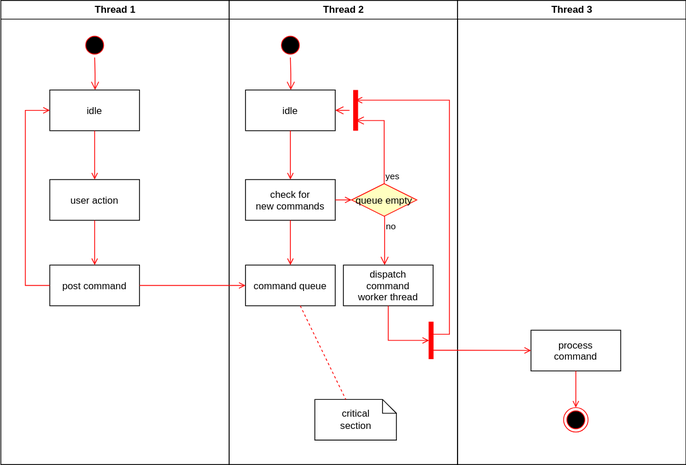
Before: update接口流程图.drawio.svg, a diagram exported from draw.io (gaochenxi/drawio). Source tidied: cells renumbered, new cells last; positions are measured from the earlier drawing's top-left corner, leaving out a move shared by most shapes. Source of this version:
```xml
<mxGraphModel>
  <root>
    <mxCell id="0" />
    <mxCell id="1" parent="0" />
    <mxCell id="2" value="Thread 1" style="swimlane;whiteSpace=wrap;" parent="1" vertex="1">
      <mxGeometry x="0.5" width="280" height="570" as="geometry" />
    </mxCell>
    <mxCell id="3" style="ellipse;shape=startState;fillColor=#000000;strokeColor=#ff0000;" parent="2" vertex="1">
      <mxGeometry x="100" y="40" width="30" height="30" as="geometry" />
    </mxCell>
    <mxCell id="4" style="edgeStyle=elbowEdgeStyle;elbow=horizontal;verticalAlign=bottom;endArrow=open;endSize=8;strokeColor=#FF0000;endFill=1;rounded=0;" parent="2" edge="1" source="3" target="5">
      <mxGeometry x="100" y="40" as="geometry" />
    </mxCell>
    <mxCell id="5" value="idle" parent="2" vertex="1">
      <mxGeometry x="60" y="110" width="110" height="50" as="geometry" />
    </mxCell>
    <mxCell id="6" value="user action" parent="2" vertex="1">
      <mxGeometry x="60" y="220" width="110" height="50" as="geometry" />
    </mxCell>
    <mxCell id="7" style="endArrow=open;strokeColor=#FF0000;endFill=1;rounded=0;" parent="2" edge="1" source="5" target="6">
      <mxGeometry relative="1" as="geometry" />
    </mxCell>
    <mxCell id="8" value="post command" parent="2" vertex="1">
      <mxGeometry x="60" y="325" width="110" height="50" as="geometry" />
    </mxCell>
    <mxCell id="9" style="endArrow=open;strokeColor=#FF0000;endFill=1;rounded=0;" parent="2" edge="1" source="6" target="8">
      <mxGeometry relative="1" as="geometry" />
    </mxCell>
    <mxCell id="10" style="edgeStyle=elbowEdgeStyle;elbow=horizontal;strokeColor=#FF0000;endArrow=open;endFill=1;rounded=0;" parent="2" edge="1" source="8" target="5">
      <mxGeometry relative="1" as="geometry">
        <Array as="points">
          <mxPoint x="30" y="250" />
        </Array>
      </mxGeometry>
    </mxCell>
    <mxCell id="11" value="Thread 2" style="swimlane;whiteSpace=wrap;" parent="1" vertex="1">
      <mxGeometry x="280.5" width="280" height="570" as="geometry" />
    </mxCell>
    <mxCell id="12" style="ellipse;shape=startState;fillColor=#000000;strokeColor=#ff0000;" parent="11" vertex="1">
      <mxGeometry x="60" y="40" width="30" height="30" as="geometry" />
    </mxCell>
    <mxCell id="13" style="edgeStyle=elbowEdgeStyle;elbow=horizontal;verticalAlign=bottom;endArrow=open;endSize=8;strokeColor=#FF0000;endFill=1;rounded=0;" parent="11" edge="1" source="12" target="14">
      <mxGeometry x="40" y="20" as="geometry" />
    </mxCell>
    <mxCell id="14" value="idle" parent="11" vertex="1">
      <mxGeometry x="20" y="110" width="110" height="50" as="geometry" />
    </mxCell>
    <mxCell id="15" value="check for &#10;new commands" parent="11" vertex="1">
      <mxGeometry x="20" y="220" width="110" height="50" as="geometry" />
    </mxCell>
    <mxCell id="16" style="endArrow=open;strokeColor=#FF0000;endFill=1;rounded=0;" parent="11" edge="1" source="14" target="15">
      <mxGeometry relative="1" as="geometry" />
    </mxCell>
    <mxCell id="17" value="command queue" parent="11" vertex="1">
      <mxGeometry x="20" y="325" width="110" height="50" as="geometry" />
    </mxCell>
    <mxCell id="18" style="endArrow=open;strokeColor=#FF0000;endFill=1;rounded=0;" parent="11" edge="1" source="15" target="17">
      <mxGeometry relative="1" as="geometry" />
    </mxCell>
    <mxCell id="19" value="queue empty" style="rhombus;fillColor=#ffffc0;strokeColor=#ff0000;" parent="11" vertex="1">
      <mxGeometry x="150" y="225" width="80" height="40" as="geometry" />
    </mxCell>
    <mxCell id="20" value="yes" style="edgeStyle=elbowEdgeStyle;elbow=horizontal;align=left;verticalAlign=bottom;endArrow=open;endSize=8;strokeColor=#FF0000;exitX=0.5;exitY=0;endFill=1;rounded=0;entryX=0.75;entryY=0.5;entryPerimeter=0;" parent="11" edge="1" source="19" target="23">
      <mxGeometry x="-1" relative="1" as="geometry">
        <Array as="points">
          <mxPoint x="190" y="180" />
        </Array>
      </mxGeometry>
    </mxCell>
    <mxCell id="21" value="no" style="edgeStyle=elbowEdgeStyle;elbow=horizontal;align=left;verticalAlign=top;endArrow=open;endSize=8;strokeColor=#FF0000;endFill=1;rounded=0;" parent="11" edge="1" source="19" target="25">
      <mxGeometry x="-1" relative="1" as="geometry" />
    </mxCell>
    <mxCell id="22" style="endArrow=open;strokeColor=#FF0000;endFill=1;rounded=0;" parent="11" edge="1" source="15" target="19">
      <mxGeometry relative="1" as="geometry" />
    </mxCell>
    <mxCell id="23" style="shape=line;strokeWidth=6;strokeColor=#ff0000;rotation=90;" parent="11" vertex="1">
      <mxGeometry x="130" y="127.5" width="50" height="15" as="geometry" />
    </mxCell>
    <mxCell id="24" style="edgeStyle=elbowEdgeStyle;elbow=horizontal;verticalAlign=bottom;endArrow=open;endSize=8;strokeColor=#FF0000;endFill=1;rounded=0;" parent="11" edge="1" source="23" target="14">
      <mxGeometry x="130" y="90" as="geometry" />
    </mxCell>
    <mxCell id="25" value="dispatch&#10;command&#10;worker thread" parent="11" vertex="1">
      <mxGeometry x="140" y="325" width="110" height="50" as="geometry" />
    </mxCell>
    <mxCell id="26" value="critical&#10;section" style="shape=note;whiteSpace=wrap;size=17;" parent="11" vertex="1">
      <mxGeometry x="105" y="490" width="100" height="50" as="geometry" />
    </mxCell>
    <mxCell id="27" style="endArrow=none;strokeColor=#FF0000;endFill=0;rounded=0;dashed=1;" parent="11" edge="1" source="17" target="26">
      <mxGeometry relative="1" as="geometry" />
    </mxCell>
    <mxCell id="28" style="whiteSpace=wrap;strokeColor=#FF0000;fillColor=#FF0000;" parent="11" vertex="1">
      <mxGeometry x="245" y="395" width="5" height="45" as="geometry" />
    </mxCell>
    <mxCell id="29" style="edgeStyle=elbowEdgeStyle;elbow=horizontal;entryX=0;entryY=0.5;strokeColor=#FF0000;endArrow=open;endFill=1;rounded=0;" parent="11" edge="1" source="25" target="28">
      <mxGeometry relative="1" as="geometry">
        <Array as="points">
          <mxPoint x="195" y="400" />
        </Array>
      </mxGeometry>
    </mxCell>
    <mxCell id="30" value="Thread 3" style="swimlane;whiteSpace=wrap;" parent="1" vertex="1">
      <mxGeometry x="560.5" width="280" height="570" as="geometry" />
    </mxCell>
    <mxCell id="31" value="process&#10;command" parent="30" vertex="1">
      <mxGeometry x="90" y="405" width="110" height="50" as="geometry" />
    </mxCell>
    <mxCell id="32" style="edgeStyle=elbowEdgeStyle;elbow=horizontal;strokeColor=#FF0000;endArrow=open;endFill=1;rounded=0;entryX=0.25;entryY=0.5;entryPerimeter=0;" parent="30" edge="1" target="23">
      <mxGeometry relative="1" as="geometry">
        <mxPoint x="-30" y="410" as="sourcePoint" />
        <Array as="points">
          <mxPoint x="-10" y="135" />
        </Array>
      </mxGeometry>
    </mxCell>
    <mxCell id="33" style="edgeStyle=none;strokeColor=#FF0000;endArrow=open;endFill=1;rounded=0;" parent="30" edge="1" target="31">
      <mxGeometry relative="1" as="geometry">
        <mxPoint x="-30" y="429.5" as="sourcePoint" />
      </mxGeometry>
    </mxCell>
    <mxCell id="34" style="ellipse;shape=endState;fillColor=#000000;strokeColor=#ff0000;" parent="30" vertex="1">
      <mxGeometry x="130" y="500" width="30" height="30" as="geometry" />
    </mxCell>
    <mxCell id="35" style="endArrow=open;strokeColor=#FF0000;endFill=1;rounded=0;" parent="30" edge="1" source="31" target="34">
      <mxGeometry relative="1" as="geometry" />
    </mxCell>
    <mxCell id="36" style="endArrow=open;strokeColor=#FF0000;endFill=1;rounded=0;" parent="1" edge="1" source="8" target="17">
      <mxGeometry relative="1" as="geometry" />
    </mxCell>
  </root>
</mxGraphModel>
```
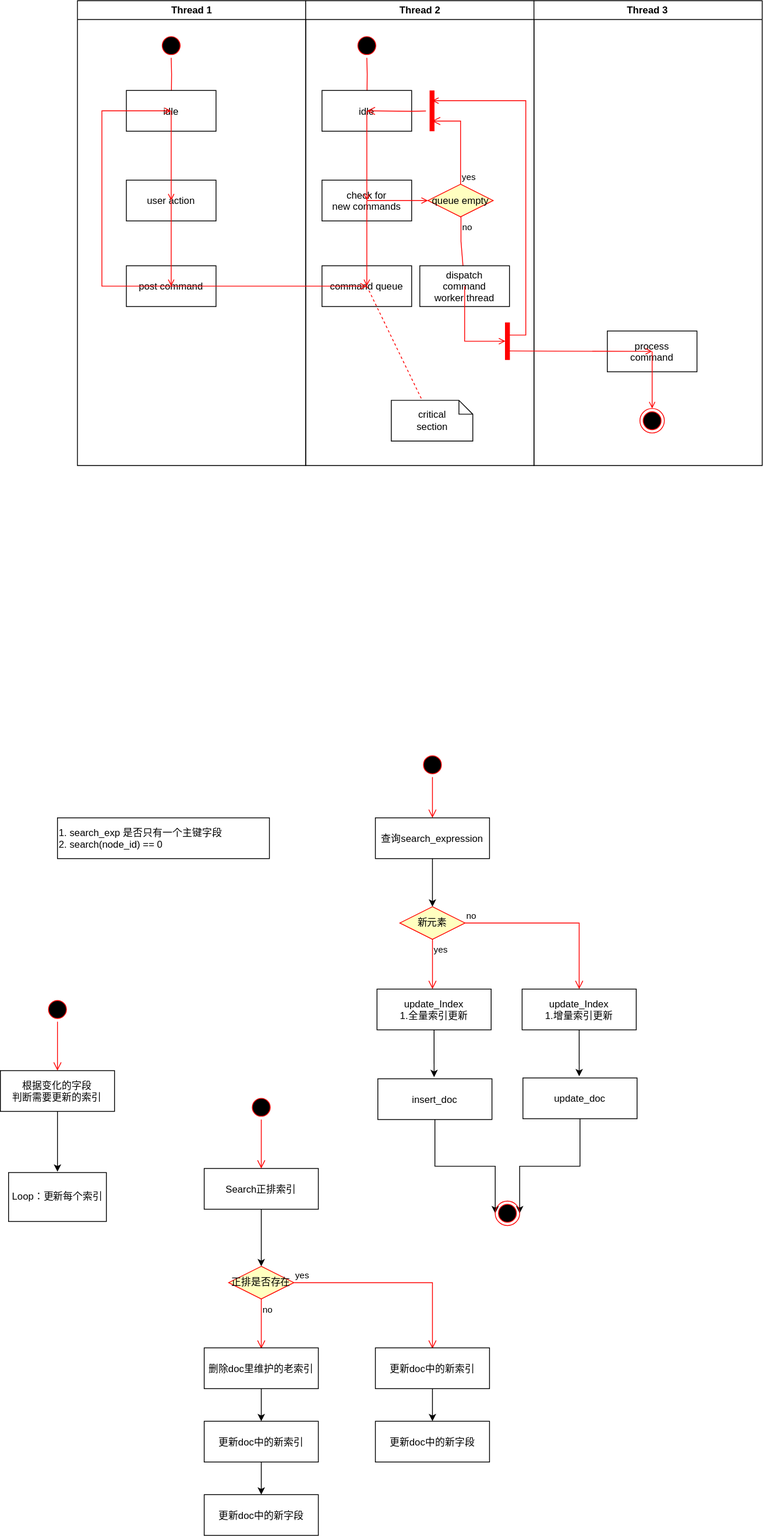
Above is the later version.

Commit message:
更新update接口流程图.drawio.svg

Change to the diagram source:
```diff
@@ -126,5 +126,126 @@
     <mxCell id="36" style="endArrow=open;strokeColor=#FF0000;endFill=1;rounded=0;" parent="1" edge="1" source="8" target="17">
       <mxGeometry relative="1" as="geometry" />
     </mxCell>
+    <mxCell id="37" style="ellipse;html=1;shape=startState;fillColor=#000000;strokeColor=#ff0000;" parent="1" vertex="1">
+      <mxGeometry x="421" y="922" width="30" height="30" as="geometry" />
+    </mxCell>
+    <mxCell id="38" style="edgeStyle=orthogonalEdgeStyle;html=1;verticalAlign=bottom;endArrow=open;endSize=8;strokeColor=#ff0000;rounded=0;entryX=0.5;entryY=0;entryDx=0;entryDy=0;entryPerimeter=0;" parent="1" edge="1" source="37" target="40">
+      <mxGeometry relative="1" as="geometry" />
+    </mxCell>
+    <mxCell id="39" style="edgeStyle=orthogonalEdgeStyle;rounded=0;jettySize=auto;html=1;" parent="1" edge="1" source="40" target="41">
+      <mxGeometry relative="1" as="geometry" />
+    </mxCell>
+    <mxCell id="40" value="查询search_expression" parent="1" vertex="1">
+      <mxGeometry x="366" y="1002" width="140" height="50" as="geometry" />
+    </mxCell>
+    <mxCell id="41" value="新元素" style="rhombus;whiteSpace=wrap;html=1;fontColor=#000000;fillColor=#ffffc0;strokeColor=#ff0000;" parent="1" vertex="1">
+      <mxGeometry x="396" y="1111" width="80" height="40" as="geometry" />
+    </mxCell>
+    <mxCell id="42" value="no" style="edgeStyle=orthogonalEdgeStyle;html=1;align=left;verticalAlign=bottom;endArrow=open;endSize=8;strokeColor=#ff0000;rounded=0;entryX=0.5;entryY=0;entryDx=0;entryDy=0;entryPerimeter=0;" parent="1" edge="1" source="41" target="45">
+      <mxGeometry x="-1" relative="1" as="geometry" />
+    </mxCell>
+    <mxCell id="43" value="yes" style="edgeStyle=orthogonalEdgeStyle;html=1;align=left;verticalAlign=top;endArrow=open;endSize=8;strokeColor=#ff0000;rounded=0;entryX=0.486;entryY=0;entryDx=0;entryDy=0;entryPerimeter=0;" parent="1" edge="1" source="41" target="47">
+      <mxGeometry x="-1" relative="1" as="geometry" />
+    </mxCell>
+    <mxCell id="44" style="edgeStyle=orthogonalEdgeStyle;rounded=0;jettySize=auto;html=1;entryX=0.493;entryY=-0.04;entryDx=0;entryDy=0;entryPerimeter=0;" parent="1" edge="1" source="45" target="51">
+      <mxGeometry relative="1" as="geometry" />
+    </mxCell>
+    <mxCell id="45" value="update_Index&#10;1.增量索引更新" parent="1" vertex="1">
+      <mxGeometry x="546" y="1212" width="140" height="50" as="geometry" />
+    </mxCell>
+    <mxCell id="46" style="edgeStyle=orthogonalEdgeStyle;rounded=0;jettySize=auto;html=1;entryX=0.493;entryY=-0.04;entryDx=0;entryDy=0;entryPerimeter=0;" parent="1" edge="1" source="47" target="49">
+      <mxGeometry relative="1" as="geometry" />
+    </mxCell>
+    <mxCell id="47" value="update_Index&#10;1.全量索引更新" style="align=center;" parent="1" vertex="1">
+      <mxGeometry x="368" y="1212" width="140" height="50" as="geometry" />
+    </mxCell>
+    <mxCell id="48" style="edgeStyle=elbowEdgeStyle;rounded=0;jettySize=auto;html=1;entryX=0;entryY=0.5;entryDx=0;entryDy=0;elbow=vertical;" parent="1" edge="1" source="49" target="52">
+      <mxGeometry relative="1" as="geometry" />
+    </mxCell>
+    <mxCell id="49" value="insert_doc" style="align=center;" parent="1" vertex="1">
+      <mxGeometry x="369" y="1322" width="140" height="50" as="geometry" />
+    </mxCell>
+    <mxCell id="50" style="edgeStyle=elbowEdgeStyle;rounded=0;jettySize=auto;html=1;entryX=1;entryY=0.5;entryDx=0;entryDy=0;elbow=vertical;" parent="1" edge="1" source="51" target="52">
+      <mxGeometry relative="1" as="geometry" />
+    </mxCell>
+    <mxCell id="51" value="update_doc" style="align=center;" parent="1" vertex="1">
+      <mxGeometry x="547" y="1321" width="140" height="50" as="geometry" />
+    </mxCell>
+    <mxCell id="52" style="ellipse;html=1;shape=endState;fillColor=#000000;strokeColor=#ff0000;" parent="1" vertex="1">
+      <mxGeometry x="513" y="1472" width="30" height="30" as="geometry" />
+    </mxCell>
+    <mxCell id="53" style="edgeStyle=orthogonalEdgeStyle;rounded=0;jettySize=auto;html=1;entryX=0.5;entryY=-0.017;entryDx=0;entryDy=0;entryPerimeter=0;" parent="1" edge="1" source="54" target="57">
+      <mxGeometry relative="1" as="geometry" />
+    </mxCell>
+    <mxCell id="54" value="根据变化的字段&#10;判断需要更新的索引" style="align=center;" parent="1" vertex="1">
+      <mxGeometry x="-94" y="1312" width="140" height="50" as="geometry" />
+    </mxCell>
+    <mxCell id="55" style="ellipse;html=1;shape=startState;fillColor=#000000;strokeColor=#ff0000;" parent="1" vertex="1">
+      <mxGeometry x="-39" y="1222" width="30" height="30" as="geometry" />
+    </mxCell>
+    <mxCell id="56" style="edgeStyle=orthogonalEdgeStyle;html=1;verticalAlign=bottom;endArrow=open;endSize=8;strokeColor=#ff0000;rounded=0;" parent="1" edge="1" source="55">
+      <mxGeometry relative="1" as="geometry">
+        <mxPoint x="-24" y="1312" as="targetPoint" />
+      </mxGeometry>
+    </mxCell>
+    <mxCell id="57" value="Loop：更新每个索引" style="whiteSpace=wrap;html=1;fillColor=rgb(255, 255, 255);strokeColor=rgb(0, 0, 0);fontColor=rgb(0, 0, 0);" parent="1" vertex="1">
+      <mxGeometry x="-84" y="1437" width="120" height="60" as="geometry" />
+    </mxCell>
+    <mxCell id="58" style="edgeStyle=orthogonalEdgeStyle;rounded=0;jettySize=auto;html=1;entryX=0.5;entryY=0;entryDx=0;entryDy=0;" parent="1" edge="1" source="59" target="62">
+      <mxGeometry relative="1" as="geometry" />
+    </mxCell>
+    <mxCell id="59" value="Search正排索引" style="align=center;" parent="1" vertex="1">
+      <mxGeometry x="156" y="1432" width="140" height="50" as="geometry" />
+    </mxCell>
+    <mxCell id="60" style="ellipse;html=1;shape=startState;fillColor=#000000;strokeColor=#ff0000;" parent="1" vertex="1">
+      <mxGeometry x="211" y="1342" width="30" height="30" as="geometry" />
+    </mxCell>
+    <mxCell id="61" style="edgeStyle=orthogonalEdgeStyle;html=1;verticalAlign=bottom;endArrow=open;endSize=8;strokeColor=#ff0000;rounded=0;" parent="1" edge="1" source="60">
+      <mxGeometry relative="1" as="geometry">
+        <mxPoint x="226" y="1432" as="targetPoint" />
+      </mxGeometry>
+    </mxCell>
+    <mxCell id="62" value="正排是否存在" style="rhombus;whiteSpace=wrap;html=1;fontColor=#000000;fillColor=#ffffc0;strokeColor=#ff0000;" parent="1" vertex="1">
+      <mxGeometry x="186" y="1552" width="80" height="40" as="geometry" />
+    </mxCell>
+    <mxCell id="63" value="yes" style="edgeStyle=orthogonalEdgeStyle;html=1;align=left;verticalAlign=bottom;endArrow=open;endSize=8;strokeColor=#ff0000;rounded=0;entryX=0.5;entryY=0.02;entryDx=0;entryDy=0;entryPerimeter=0;" parent="1" edge="1" source="62" target="71">
+      <mxGeometry x="-1" relative="1" as="geometry" />
+    </mxCell>
+    <mxCell id="64" value="no" style="edgeStyle=orthogonalEdgeStyle;html=1;align=left;verticalAlign=top;endArrow=open;endSize=8;strokeColor=#ff0000;rounded=0;entryX=0.5;entryY=0.02;entryDx=0;entryDy=0;entryPerimeter=0;" parent="1" edge="1" source="62" target="66">
+      <mxGeometry x="-1" relative="1" as="geometry" />
+    </mxCell>
+    <mxCell id="65" style="edgeStyle=orthogonalEdgeStyle;rounded=0;jettySize=auto;html=1;" parent="1" edge="1" source="66">
+      <mxGeometry relative="1" as="geometry">
+        <mxPoint x="226" y="1742" as="targetPoint" />
+      </mxGeometry>
+    </mxCell>
+    <mxCell id="66" value="删除doc里维护的老索引" style="align=center;" parent="1" vertex="1">
+      <mxGeometry x="156" y="1652" width="140" height="50" as="geometry" />
+    </mxCell>
+    <mxCell id="67" style="edgeStyle=orthogonalEdgeStyle;rounded=0;jettySize=auto;html=1;" parent="1" edge="1" source="68">
+      <mxGeometry relative="1" as="geometry">
+        <mxPoint x="226" y="1832" as="targetPoint" />
+      </mxGeometry>
+    </mxCell>
+    <mxCell id="68" value="更新doc中的新索引" style="align=center;" parent="1" vertex="1">
+      <mxGeometry x="156" y="1742" width="140" height="50" as="geometry" />
+    </mxCell>
+    <mxCell id="69" value="更新doc中的新字段" style="align=center;" parent="1" vertex="1">
+      <mxGeometry x="156" y="1832" width="140" height="50" as="geometry" />
+    </mxCell>
+    <mxCell id="70" style="edgeStyle=orthogonalEdgeStyle;rounded=0;jettySize=auto;html=1;" parent="1" edge="1" source="71">
+      <mxGeometry relative="1" as="geometry">
+        <mxPoint x="436" y="1742" as="targetPoint" />
+      </mxGeometry>
+    </mxCell>
+    <mxCell id="71" value="更新doc中的新索引" style="align=center;" parent="1" vertex="1">
+      <mxGeometry x="366" y="1652" width="140" height="50" as="geometry" />
+    </mxCell>
+    <mxCell id="72" value="更新doc中的新字段" style="align=center;" parent="1" vertex="1">
+      <mxGeometry x="366" y="1742" width="140" height="50" as="geometry" />
+    </mxCell>
+    <mxCell id="73" value="1. search_exp 是否只有一个主键字段&#10;2. search(node_id) == 0" style="align=left;" parent="1" vertex="1">
+      <mxGeometry x="-24" y="1002" width="260" height="50" as="geometry" />
+    </mxCell>
   </root>
 </mxGraphModel>
```
